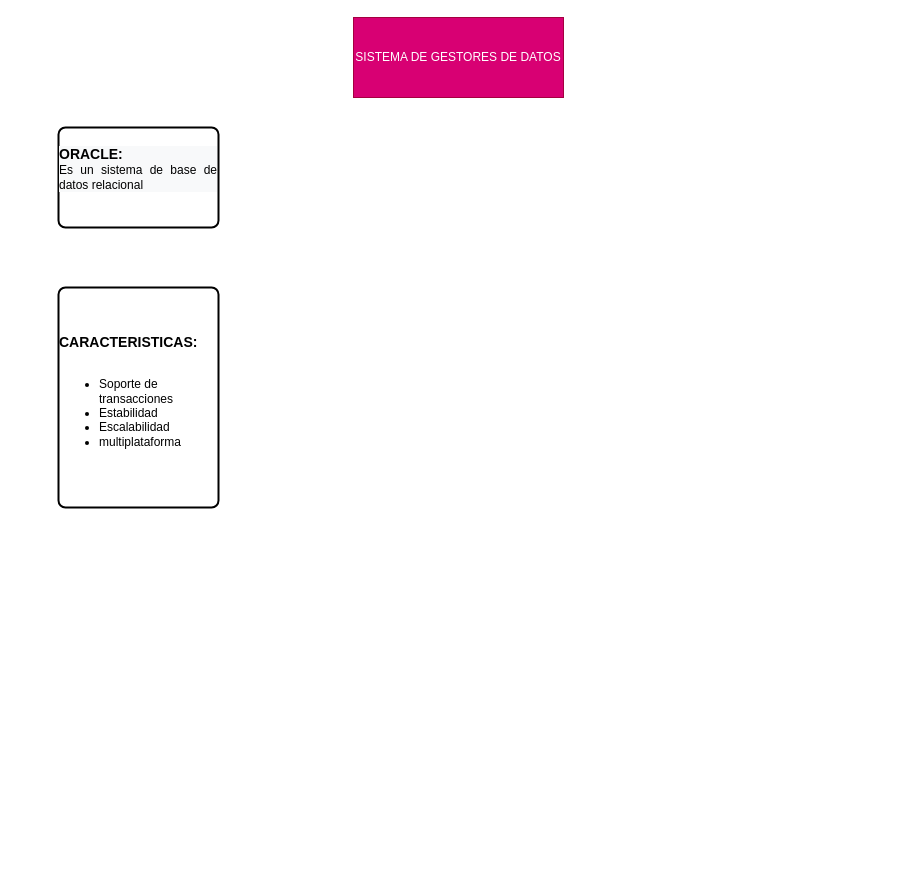
Earlier version of the draw.io diagram DIAGRAMAN/Gestores de base de datos.drawio (IVONNE80/BASE-DE-DATOS). Source tidied: cells renumbered, new cells numbered last; positions are measured from the earlier drawing's top-left corner, leaving out a move shared by most shapes. Both pictures are drawn from the tidied source at 100%, with x=0, y=0 at pixel (58, 17).
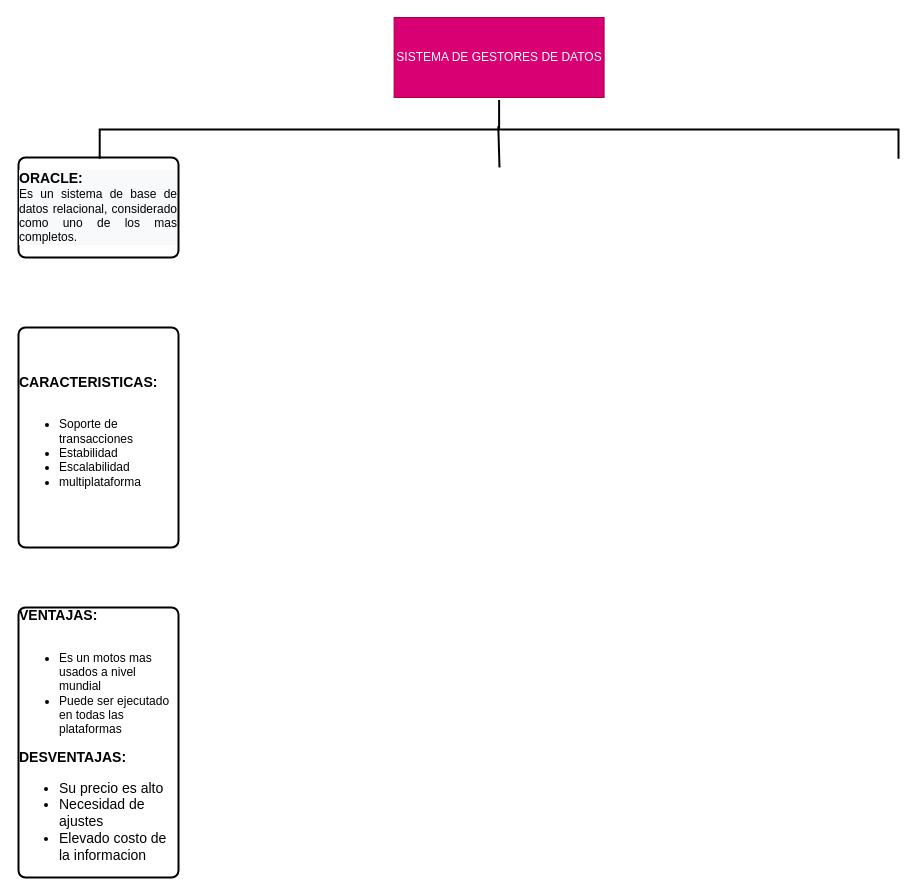
The same page after the edit.

Diff of the diagram source:
```diff
@@
 <mxGraphModel>
   <root>
     <mxCell id="0" />
     <mxCell id="1" parent="0" />
     <mxCell id="2" value="SISTEMA DE GESTORES DE DATOS" style="rounded=0;whiteSpace=wrap;html=1;fillColor=#d80073;strokeColor=#A50040;fontColor=#ffffff;" parent="1" vertex="1">
-      <mxGeometry x="295" width="210" height="80" as="geometry" />
+      <mxGeometry x="335.6" width="210" height="80" as="geometry" />
     </mxCell>
-    <mxCell id="3" value="&#10;&lt;div style=&quot;color: rgb(0, 0, 0); font-family: Helvetica; font-style: normal; font-variant-ligatures: normal; font-variant-caps: normal; font-weight: 400; letter-spacing: normal; orphans: 2; text-indent: 0px; text-transform: none; widows: 2; word-spacing: 0px; -webkit-text-stroke-width: 0px; background-color: rgb(248, 249, 250); text-decoration-thickness: initial; text-decoration-style: initial; text-decoration-color: initial; font-size: 12px; text-align: left;&quot;&gt;&lt;span style=&quot;background-color: initial;&quot;&gt;&lt;b&gt;&lt;font style=&quot;font-size: 14px;&quot;&gt;ORACLE:&lt;/font&gt;&lt;/b&gt;&lt;/span&gt;&lt;/div&gt;&lt;div style=&quot;color: rgb(0, 0, 0); font-family: Helvetica; font-style: normal; font-variant-ligatures: normal; font-variant-caps: normal; font-weight: 400; letter-spacing: normal; orphans: 2; text-indent: 0px; text-transform: none; widows: 2; word-spacing: 0px; -webkit-text-stroke-width: 0px; background-color: rgb(248, 249, 250); text-decoration-thickness: initial; text-decoration-style: initial; text-decoration-color: initial; font-size: 12px; text-align: justify;&quot;&gt;&lt;span style=&quot;background-color: initial;&quot;&gt;Es un sistema de base de datos relacional&lt;/span&gt;&lt;/div&gt;&#10;&#10;" style="rounded=1;whiteSpace=wrap;html=1;absoluteArcSize=1;arcSize=14;strokeWidth=2;fontSize=14;" parent="1" vertex="1">
-      <mxGeometry y="110" width="160" height="100" as="geometry" />
+    <mxCell id="3" value="&lt;br&gt;&lt;div style=&quot;color: rgb(0, 0, 0); font-family: Helvetica; font-style: normal; font-variant-ligatures: normal; font-variant-caps: normal; font-weight: 400; letter-spacing: normal; orphans: 2; text-indent: 0px; text-transform: none; widows: 2; word-spacing: 0px; -webkit-text-stroke-width: 0px; background-color: rgb(248, 249, 250); text-decoration-thickness: initial; text-decoration-style: initial; text-decoration-color: initial; font-size: 12px; text-align: left;&quot;&gt;&lt;span style=&quot;background-color: initial;&quot;&gt;&lt;b&gt;&lt;font style=&quot;font-size: 14px;&quot;&gt;ORACLE:&lt;/font&gt;&lt;/b&gt;&lt;/span&gt;&lt;/div&gt;&lt;div style=&quot;color: rgb(0, 0, 0); font-family: Helvetica; font-style: normal; font-variant-ligatures: normal; font-variant-caps: normal; font-weight: 400; letter-spacing: normal; orphans: 2; text-indent: 0px; text-transform: none; widows: 2; word-spacing: 0px; -webkit-text-stroke-width: 0px; background-color: rgb(248, 249, 250); text-decoration-thickness: initial; text-decoration-style: initial; text-decoration-color: initial; font-size: 12px; text-align: justify;&quot;&gt;&lt;span style=&quot;background-color: initial;&quot;&gt;Es un sistema de base de datos relacional, considerado como uno de los mas completos.&lt;/span&gt;&lt;/div&gt;&lt;br&gt;" style="rounded=1;whiteSpace=wrap;html=1;absoluteArcSize=1;arcSize=14;strokeWidth=2;fontSize=14;" parent="1" vertex="1">
+      <mxGeometry x="-40" y="140" width="160" height="100" as="geometry" />
     </mxCell>
     <mxCell id="4" value="&lt;div style=&quot;text-align: left; font-size: 12px;&quot;&gt;&lt;span style=&quot;background-color: initial;&quot;&gt;&lt;b&gt;&lt;font style=&quot;font-size: 14px;&quot;&gt;CARACTERISTICAS:&lt;/font&gt;&lt;/b&gt;&lt;/span&gt;&lt;/div&gt;&lt;div style=&quot;text-align: left; font-size: 12px;&quot;&gt;&lt;br&gt;&lt;/div&gt;&lt;div&gt;&lt;ul style=&quot;font-size: 12px;&quot;&gt;&lt;li style=&quot;text-align: left;&quot;&gt;Soporte de transacciones&lt;/li&gt;&lt;li style=&quot;text-align: left;&quot;&gt;Estabilidad&lt;/li&gt;&lt;li style=&quot;text-align: left;&quot;&gt;Escalabilidad&lt;/li&gt;&lt;li style=&quot;text-align: left;&quot;&gt;multiplataforma&lt;/li&gt;&lt;/ul&gt;&lt;/div&gt;" style="rounded=1;whiteSpace=wrap;html=1;absoluteArcSize=1;arcSize=14;strokeWidth=2;fontSize=14;" parent="1" vertex="1">
-      <mxGeometry y="270" width="160" height="220" as="geometry" />
+      <mxGeometry x="-40" y="310" width="160" height="220" as="geometry" />
     </mxCell>
+    <mxCell id="5" value="&lt;div style=&quot;text-align: left; font-size: 12px;&quot;&gt;&lt;span style=&quot;background-color: initial;&quot;&gt;&lt;b&gt;&lt;font style=&quot;font-size: 14px;&quot;&gt;VENTAJAS:&lt;/font&gt;&lt;/b&gt;&lt;/span&gt;&lt;/div&gt;&lt;div style=&quot;text-align: left; font-size: 12px;&quot;&gt;&lt;br&gt;&lt;/div&gt;&lt;div&gt;&lt;ul style=&quot;font-size: 12px;&quot;&gt;&lt;li style=&quot;text-align: left;&quot;&gt;Es un motos mas usados a nivel mundial&lt;/li&gt;&lt;li style=&quot;text-align: left;&quot;&gt;Puede ser ejecutado en todas las plataformas&lt;/li&gt;&lt;/ul&gt;&lt;div style=&quot;text-align: left;&quot;&gt;&lt;b style=&quot;font-size: 12px;&quot;&gt;&lt;font style=&quot;font-size: 14px;&quot;&gt;DESVENTAJAS:&lt;/font&gt;&lt;/b&gt;&lt;span style=&quot;font-size: 12px;&quot;&gt;&lt;br&gt;&lt;/span&gt;&lt;/div&gt;&lt;/div&gt;&lt;div style=&quot;text-align: left;&quot;&gt;&lt;ul&gt;&lt;li&gt;&lt;span style=&quot;font-size: 12px;&quot;&gt;&lt;font style=&quot;font-size: 14px;&quot;&gt;Su precio es alto&lt;/font&gt;&lt;/span&gt;&lt;/li&gt;&lt;li&gt;&lt;span style=&quot;font-size: 12px;&quot;&gt;&lt;font style=&quot;font-size: 14px;&quot;&gt;Necesidad de ajustes&lt;/font&gt;&lt;/span&gt;&lt;/li&gt;&lt;li&gt;&lt;span style=&quot;font-size: 12px;&quot;&gt;&lt;font style=&quot;font-size: 14px;&quot;&gt;Elevado costo de la informacion&lt;/font&gt;&lt;/span&gt;&lt;/li&gt;&lt;/ul&gt;&lt;/div&gt;" style="rounded=1;whiteSpace=wrap;html=1;absoluteArcSize=1;arcSize=14;strokeWidth=2;fontSize=14;" parent="1" vertex="1">
+      <mxGeometry x="-40" y="590" width="160" height="270" as="geometry" />
+    </mxCell>
+    <mxCell id="6" style="strokeWidth=2;html=1;shape=mxgraph.flowchart.annotation_2;align=left;labelPosition=right;fontSize=14;rotation=90;" parent="1" vertex="1">
+      <mxGeometry x="411.2" y="-287.5" width="58.8" height="798.8" as="geometry" />
+    </mxCell>
+    <mxCell id="7" style="endArrow=none;html=1;rounded=1;fontSize=14;exitX=0.444;exitY=0.501;exitDx=0;exitDy=0;exitPerimeter=0;sourcePerimeterSpacing=-2;targetPerimeterSpacing=0;strokeWidth=2;" parent="1" edge="1" source="6">
+      <mxGeometry relative="1" as="geometry">
+        <mxPoint x="441" y="150" as="targetPoint" />
+      </mxGeometry>
+    </mxCell>
   </root>
 </mxGraphModel>
```
